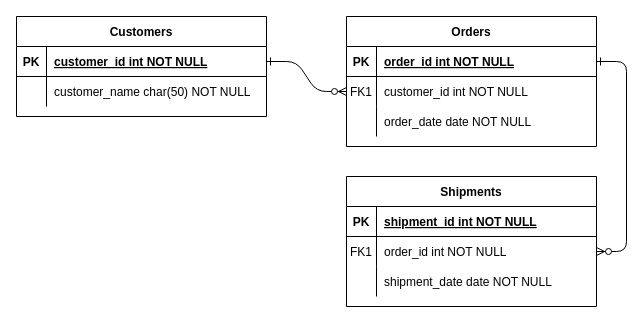
material-de-java/escuela-app keeps this draw.io diagram as proyecto/diagramas/Diagrama-Relacional.drawio. Above is the earlier version. Source tidied: cells renumbered, new cells numbered last; positions are measured from the earlier drawing's top-left corner, leaving out a move shared by most shapes. Both pictures are drawn from the tidied source at 100%, with x=0, y=0 at pixel (16, 16).
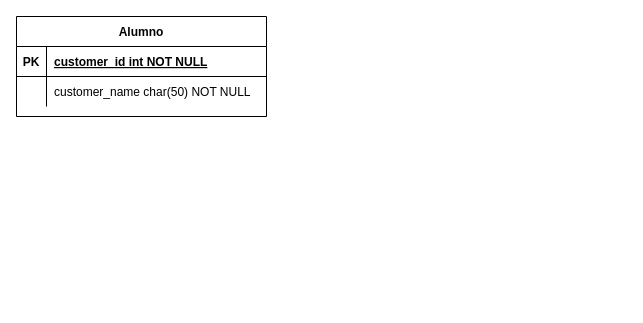
Above is the later version.

Unchanged cells that the change refers to:
```xml
<mxCell id="25" style="shape=partialRectangle;fillColor=none;points=[[0,0.5],[1,0.5]];portConstraint=eastwest;top=0;left=0;right=0;bottom=1;" parent="24" vertex="1">
  <mxGeometry y="30" width="250" height="30" as="geometry" />
</mxCell>
```

Diff of the diagram source:
```diff
@@
-    <mxCell id="2" style="edgeStyle=entityRelationEdgeStyle;endArrow=ERzeroToMany;startArrow=ERone;endFill=1;startFill=0;" parent="1" edge="1" source="25" target="8">
-      <mxGeometry relative="1" as="geometry" />
-    </mxCell>
-    <mxCell id="3" style="edgeStyle=entityRelationEdgeStyle;endArrow=ERzeroToMany;startArrow=ERone;endFill=1;startFill=0;" parent="1" edge="1" source="5" target="18">
-      <mxGeometry relative="1" as="geometry" />
-    </mxCell>
-    <mxCell id="4" value="Orders" style="shape=table;startSize=30;childLayout=tableLayout;rowLines=0;fontStyle=1;align=center;" parent="1" vertex="1">
-      <mxGeometry x="330" width="250" height="130" as="geometry" />
-    </mxCell>
-    <mxCell id="5" style="shape=partialRectangle;fillColor=none;points=[[0,0.5],[1,0.5]];portConstraint=eastwest;top=0;left=0;right=0;bottom=1;" parent="4" vertex="1">
-      <mxGeometry y="30" width="250" height="30" as="geometry" />
-    </mxCell>
-    <mxCell id="6" value="PK" style="shape=partialRectangle;overflow=hidden;fillColor=none;top=0;left=0;bottom=0;right=0;fontStyle=1;" parent="5" vertex="1">
-      <mxGeometry width="30" height="30" as="geometry" />
-    </mxCell>
-    <mxCell id="7" value="order_id int NOT NULL " style="shape=partialRectangle;overflow=hidden;fillColor=none;top=0;left=0;bottom=0;right=0;align=left;spacingLeft=6;fontStyle=5;" parent="5" vertex="1">
-      <mxGeometry x="30" width="220" height="30" as="geometry" />
-    </mxCell>
-    <mxCell id="8" style="shape=partialRectangle;fillColor=none;points=[[0,0.5],[1,0.5]];portConstraint=eastwest;top=0;left=0;right=0;bottom=0;" parent="4" vertex="1">
-      <mxGeometry y="60" width="250" height="30" as="geometry" />
-    </mxCell>
-    <mxCell id="9" value="FK1" style="shape=partialRectangle;overflow=hidden;fillColor=none;top=0;left=0;bottom=0;right=0;" parent="8" vertex="1">
-      <mxGeometry width="30" height="30" as="geometry" />
-    </mxCell>
-    <mxCell id="10" value="customer_id int NOT NULL" style="shape=partialRectangle;overflow=hidden;fillColor=none;top=0;left=0;bottom=0;right=0;align=left;spacingLeft=6;" parent="8" vertex="1">
-      <mxGeometry x="30" width="220" height="30" as="geometry" />
-    </mxCell>
-    <mxCell id="11" style="shape=partialRectangle;fillColor=none;top=0;left=0;right=0;bottom=0;" parent="4" vertex="1">
-      <mxGeometry y="90" width="250" height="30" as="geometry" />
-    </mxCell>
-    <mxCell id="12" style="shape=partialRectangle;overflow=hidden;fillColor=none;top=0;left=0;bottom=0;right=0;" parent="11" vertex="1">
-      <mxGeometry width="30" height="30" as="geometry" />
-    </mxCell>
-    <mxCell id="13" value="order_date date NOT NULL" style="shape=partialRectangle;overflow=hidden;fillColor=none;top=0;left=0;bottom=0;right=0;align=left;spacingLeft=6;" parent="11" vertex="1">
-      <mxGeometry x="30" width="220" height="30" as="geometry" />
-    </mxCell>
-    <mxCell id="14" value="Shipments" style="shape=table;startSize=30;childLayout=tableLayout;rowLines=0;fontStyle=1;align=center;" parent="1" vertex="1">
-      <mxGeometry x="330" y="160" width="250" height="130" as="geometry" />
-    </mxCell>
-    <mxCell id="15" style="shape=partialRectangle;fillColor=none;top=0;left=0;right=0;bottom=1;" parent="14" vertex="1">
-      <mxGeometry y="30" width="250" height="30" as="geometry" />
-    </mxCell>
-    <mxCell id="16" value="PK" style="shape=partialRectangle;overflow=hidden;fillColor=none;top=0;left=0;bottom=0;right=0;fontStyle=1;" parent="15" vertex="1">
-      <mxGeometry width="30" height="30" as="geometry" />
-    </mxCell>
-    <mxCell id="17" value="shipment_id int NOT NULL " style="shape=partialRectangle;overflow=hidden;fillColor=none;top=0;left=0;bottom=0;right=0;align=left;spacingLeft=6;fontStyle=5;" parent="15" vertex="1">
-      <mxGeometry x="30" width="220" height="30" as="geometry" />
-    </mxCell>
-    <mxCell id="18" style="shape=partialRectangle;fillColor=none;points=[[0,0.5],[1,0.5]];portConstraint=eastwest;top=0;left=0;right=0;bottom=0;" parent="14" vertex="1">
-      <mxGeometry y="60" width="250" height="30" as="geometry" />
-    </mxCell>
-    <mxCell id="19" value="FK1" style="shape=partialRectangle;overflow=hidden;fillColor=none;top=0;left=0;bottom=0;right=0;" parent="18" vertex="1">
-      <mxGeometry width="30" height="30" as="geometry" />
-    </mxCell>
-    <mxCell id="20" value="order_id int NOT NULL" style="shape=partialRectangle;overflow=hidden;fillColor=none;top=0;left=0;bottom=0;right=0;align=left;spacingLeft=6;" parent="18" vertex="1">
-      <mxGeometry x="30" width="220" height="30" as="geometry" />
-    </mxCell>
-    <mxCell id="21" style="shape=partialRectangle;fillColor=none;top=0;left=0;right=0;bottom=0;" parent="14" vertex="1">
-      <mxGeometry y="90" width="250" height="30" as="geometry" />
-    </mxCell>
-    <mxCell id="22" style="shape=partialRectangle;overflow=hidden;fillColor=none;top=0;left=0;bottom=0;right=0;" parent="21" vertex="1">
-      <mxGeometry width="30" height="30" as="geometry" />
-    </mxCell>
-    <mxCell id="23" value="shipment_date date NOT NULL" style="shape=partialRectangle;overflow=hidden;fillColor=none;top=0;left=0;bottom=0;right=0;align=left;spacingLeft=6;" parent="21" vertex="1">
-      <mxGeometry x="30" width="220" height="30" as="geometry" />
-    </mxCell>
-    <mxCell id="24" value="Customers" style="shape=table;startSize=30;childLayout=tableLayout;rowLines=0;fontStyle=1;align=center;" parent="1" vertex="1">
+    <mxCell id="24" value="Alumno" style="shape=table;startSize=30;childLayout=tableLayout;rowLines=0;fontStyle=1;align=center;" parent="1" vertex="1">
       <mxGeometry width="250" height="100" as="geometry" />
     </mxCell>
```
